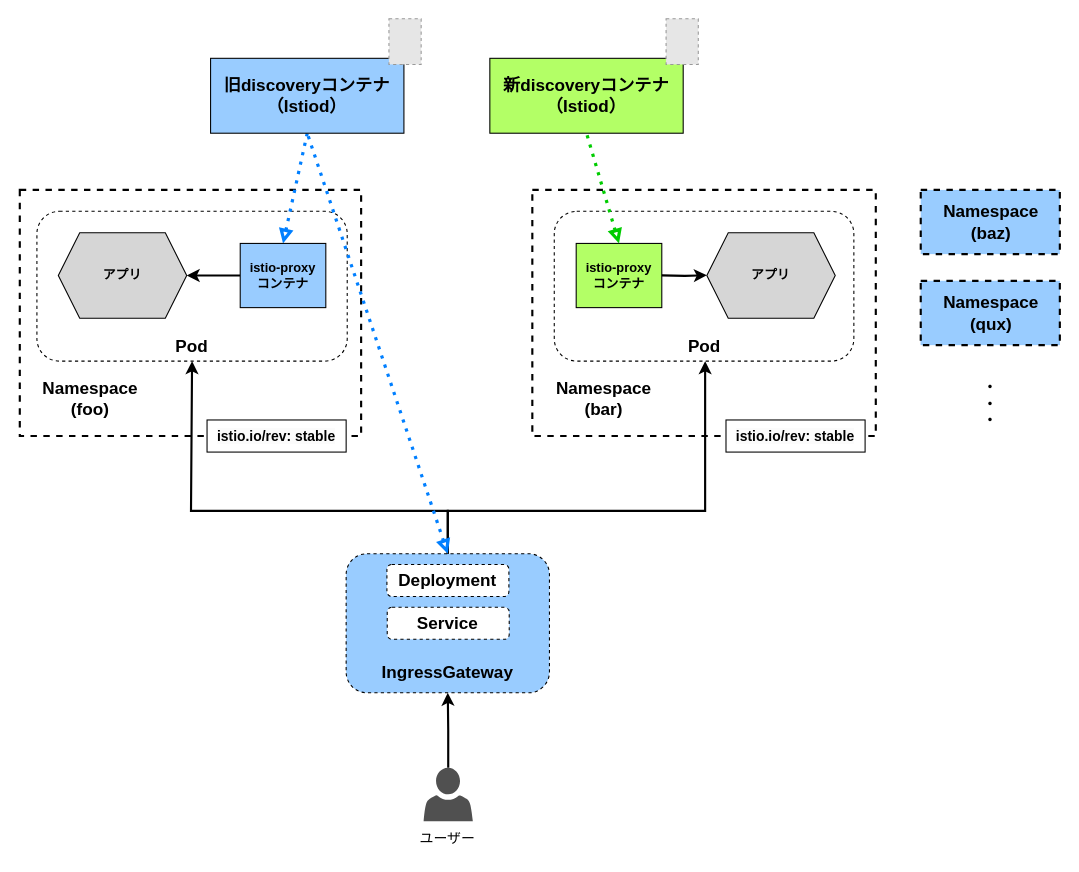
Before: page "istio_canary-upgrade_3" (7 of 18) of images/drawio/istio/upgrade_istio.drawio in hiroki-it/tech-notebook-images, a draw.io diagram. Source tidied: cells renumbered, new cells numbered last; positions are measured from the earlier drawing's top-left corner, leaving out a move shared by most shapes. Both pictures are drawn from the tidied source at 107%, with x=0, y=0 at pixel (19, 18). Pictures stored in the file or linked from it are replaced by grey dashed boxes.
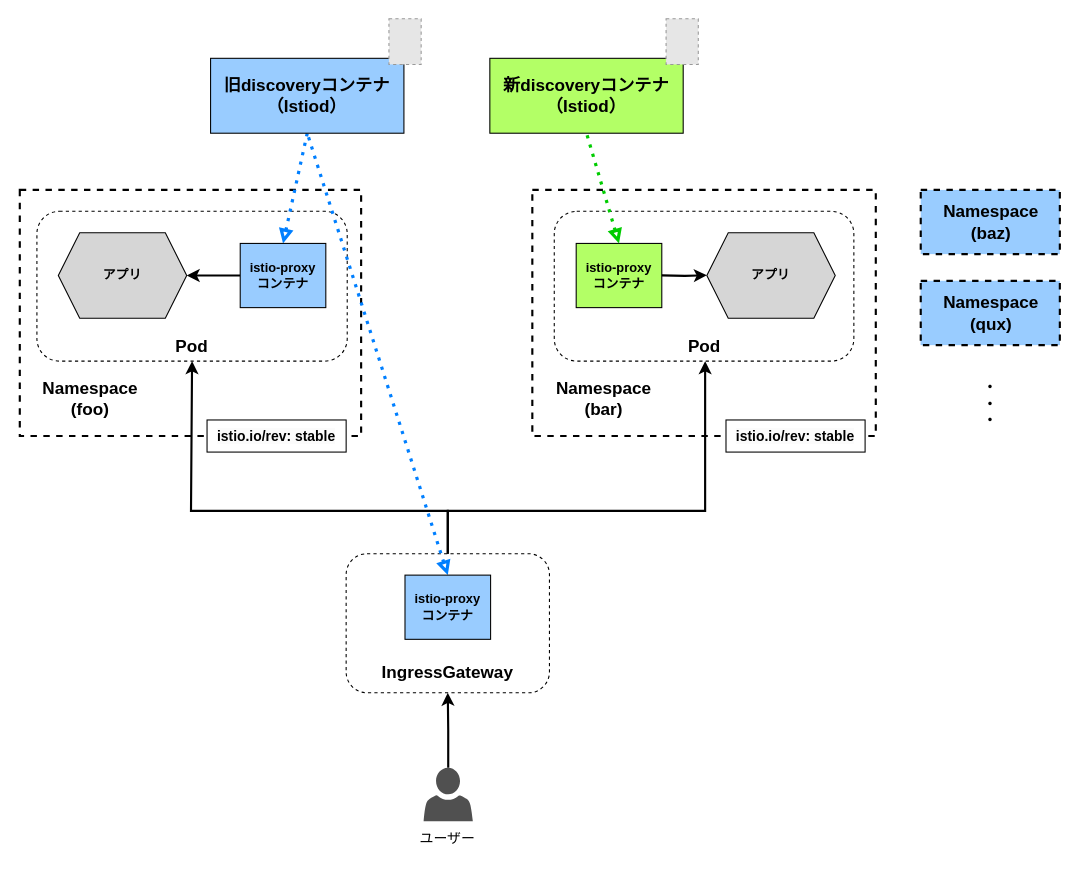
The same page after the edit.

Unchanged cells that the change refers to:
```xml
<mxCell id="20" value="&lt;b style=&quot;font-size: 16px;&quot;&gt;旧discoveryコンテナ&lt;br style=&quot;border-color: var(--border-color); padding: 0px; margin: 0px;&quot;&gt;（Istiod）&lt;/b&gt;" style="text;html=1;strokeColor=default;fillColor=#99CCFF;align=center;verticalAlign=middle;whiteSpace=wrap;rounded=0;" parent="19" vertex="1">
  <mxGeometry x="19.3" y="20" width="180.7" height="70" as="geometry" />
</mxCell>
```

Change to the diagram source:
```diff
@@
-    <mxCell id="2" style="rounded=1;whiteSpace=wrap;html=1;fillColor=#99CCFF;gradientColor=none;dashed=1;" parent="1" vertex="1">
+    <mxCell id="2" style="rounded=1;whiteSpace=wrap;html=1;fillColor=default;gradientColor=none;dashed=1;" parent="1" vertex="1">
       <mxGeometry x="305" y="500" width="190" height="130" as="geometry" />
     </mxCell>
@@
-    <mxCell id="33" style="endArrow=none;startArrow=block;html=1;rounded=0;strokeColor=#007FFF;fontFamily=Helvetica;fontSize=12;fontColor=default;exitX=0.5;exitY=0;exitDx=0;exitDy=0;startFill=0;endFill=0;strokeWidth=3;dashed=1;dashPattern=1 2;entryX=0.5;entryY=1;entryDx=0;entryDy=0;" parent="1" edge="1" source="2" target="20">
+    <mxCell id="33" style="endArrow=none;startArrow=block;html=1;rounded=0;strokeColor=#007FFF;fontFamily=Helvetica;fontSize=12;fontColor=default;exitX=0.5;exitY=0;exitDx=0;exitDy=0;startFill=0;endFill=0;strokeWidth=3;dashed=1;dashPattern=1 2;entryX=0.5;entryY=1;entryDx=0;entryDy=0;" parent="1" edge="1" source="50" target="20">
       <mxGeometry relative="1" as="geometry" />
     </mxCell>
@@
-    <mxCell id="37" value="Deployment" style="rounded=1;whiteSpace=wrap;html=1;fillColor=default;gradientColor=none;dashed=1;fontStyle=1;fontSize=16;" parent="1" vertex="1">
-      <mxGeometry x="343.1" y="510" width="114" height="30" as="geometry" />
-    </mxCell>
-    <mxCell id="38" value="&lt;font style=&quot;font-size: 16px;&quot;&gt;Service&lt;/font&gt;" style="rounded=1;whiteSpace=wrap;html=1;fillColor=default;gradientColor=none;dashed=1;fontStyle=1;" parent="1" vertex="1">
-      <mxGeometry x="343.4" y="550" width="114" height="30" as="geometry" />
-    </mxCell>
@@
+    <mxCell id="50" value="&lt;b&gt;istio-proxy&lt;br&gt;コンテナ&lt;br&gt;&lt;/b&gt;" style="rounded=0;whiteSpace=wrap;html=1;fillColor=#99CCFF;strokeColor=default;direction=east;gradientColor=none;" parent="1" vertex="1">
+      <mxGeometry x="360" y="520" width="80" height="60" as="geometry" />
+    </mxCell>
```
